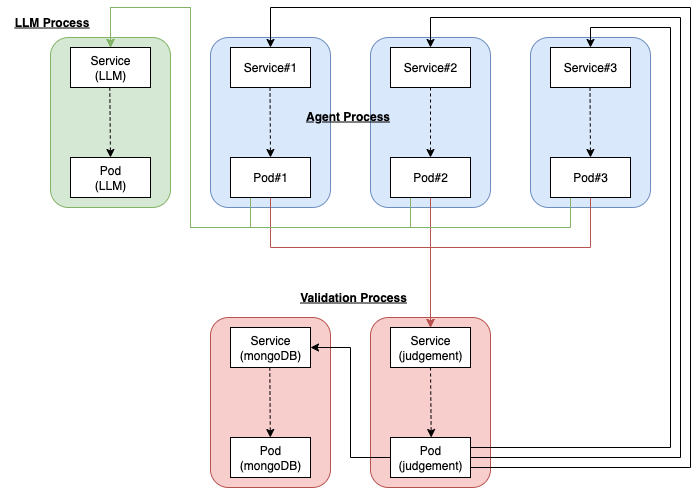
Earlier version of the draw.io export Kubernetes/wordChain.drawio.png (developer-onizuka/Diagrams). Source tidied: cells renumbered, new cells last; positions are measured from the earlier drawing's top-left corner, leaving out a move shared by most shapes.
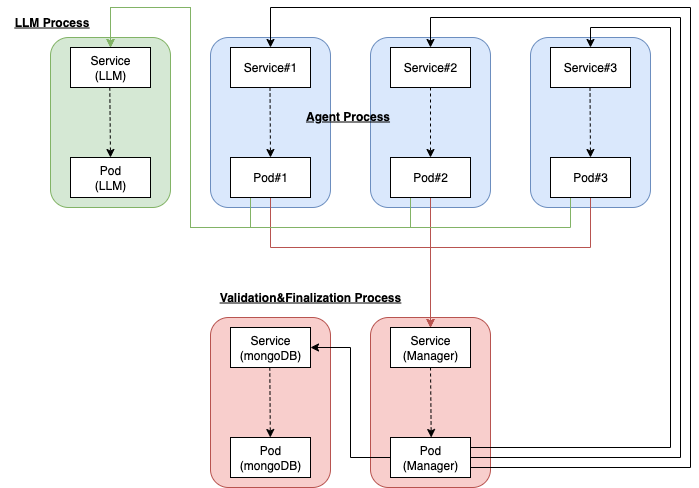
Above is the later version.

Commit message:
wordChain.drawio.png を追加しました。

What changed in the source:
```diff
@@ -20,14 +20,14 @@
     <mxCell id="7" style="rounded=1;whiteSpace=wrap;html=1;fillColor=#dae8fc;strokeColor=#6c8ebf;" parent="1" vertex="1">
       <mxGeometry x="210" y="31" width="120" height="170" as="geometry" />
     </mxCell>
-    <mxCell id="8" style="edgeStyle=orthogonalEdgeStyle;rounded=0;jettySize=auto;html=1;exitX=0.5;exitY=1;exitDx=0;exitDy=0;entryX=0.5;entryY=0;entryDx=0;entryDy=0;fillColor=#f8cecc;strokeColor=#b85450;" parent="1" edge="1" source="10" target="23">
-      <mxGeometry relative="1" as="geometry">
-        <Array as="points">
-          <mxPoint x="270" y="241" />
-          <mxPoint x="430" y="241" />
-        </Array>
-      </mxGeometry>
-    </mxCell>
+    <mxCell id="40" style="edgeStyle=orthogonalEdgeStyle;rounded=0;jettySize=auto;html=1;exitX=0.5;exitY=1;exitDx=0;exitDy=0;entryX=0.5;entryY=0;entryDx=0;entryDy=0;fillColor=#f8cecc;strokeColor=#b85450;" parent="1" edge="1" source="10" target="45">
+      <mxGeometry relative="1" as="geometry">
+        <Array as="points">
+          <mxPoint x="270" y="241" />
+          <mxPoint x="430" y="241" />
+        </Array>
+      </mxGeometry>
+    </mxCell>
     <mxCell id="9" style="edgeStyle=orthogonalEdgeStyle;rounded=0;jettySize=auto;html=1;exitX=0.25;exitY=1;exitDx=0;exitDy=0;entryX=0.5;entryY=0;entryDx=0;entryDy=0;fillColor=#d5e8d4;strokeColor=#82b366;" parent="1" edge="1" source="10" target="32">
       <mxGeometry relative="1" as="geometry">
         <Array as="points">
@@ -41,9 +41,9 @@
     <mxCell id="10" value="Pod#1" style="rounded=0;whiteSpace=wrap;html=1;" parent="1" vertex="1">
       <mxGeometry x="230" y="151" width="80" height="40" as="geometry" />
     </mxCell>
-    <mxCell id="11" style="edgeStyle=orthogonalEdgeStyle;rounded=0;jettySize=auto;html=1;exitX=0.5;exitY=1;exitDx=0;exitDy=0;entryX=0.5;entryY=0;entryDx=0;entryDy=0;fillColor=#f8cecc;strokeColor=#b85450;" parent="1" edge="1" source="13" target="23">
-      <mxGeometry relative="1" as="geometry" />
-    </mxCell>
+    <mxCell id="41" style="edgeStyle=orthogonalEdgeStyle;rounded=0;jettySize=auto;html=1;exitX=0.5;exitY=1;exitDx=0;exitDy=0;entryX=0.5;entryY=0;entryDx=0;entryDy=0;fillColor=#f8cecc;strokeColor=#b85450;" parent="1" edge="1" source="13" target="45">
+      <mxGeometry relative="1" as="geometry" />
+    </mxCell>
     <mxCell id="12" style="edgeStyle=orthogonalEdgeStyle;rounded=0;jettySize=auto;html=1;exitX=0.25;exitY=1;exitDx=0;exitDy=0;entryX=0.5;entryY=0;entryDx=0;entryDy=0;fillColor=#d5e8d4;strokeColor=#82b366;" parent="1" edge="1" source="13" target="32">
       <mxGeometry relative="1" as="geometry">
         <Array as="points">
@@ -57,14 +57,14 @@
     <mxCell id="13" value="Pod#2" style="rounded=0;whiteSpace=wrap;html=1;" parent="1" vertex="1">
       <mxGeometry x="390" y="151" width="80" height="40" as="geometry" />
     </mxCell>
-    <mxCell id="14" style="edgeStyle=orthogonalEdgeStyle;rounded=0;jettySize=auto;html=1;exitX=0.5;exitY=1;exitDx=0;exitDy=0;entryX=0.5;entryY=0;entryDx=0;entryDy=0;fillColor=#f8cecc;strokeColor=#b85450;" parent="1" edge="1" source="16" target="23">
-      <mxGeometry relative="1" as="geometry">
-        <Array as="points">
-          <mxPoint x="590" y="241" />
-          <mxPoint x="430" y="241" />
-        </Array>
-      </mxGeometry>
-    </mxCell>
+    <mxCell id="42" style="edgeStyle=orthogonalEdgeStyle;rounded=0;jettySize=auto;html=1;exitX=0.5;exitY=1;exitDx=0;exitDy=0;entryX=0.5;entryY=0;entryDx=0;entryDy=0;fillColor=#f8cecc;strokeColor=#b85450;" parent="1" edge="1" source="16" target="45">
+      <mxGeometry relative="1" as="geometry">
+        <Array as="points">
+          <mxPoint x="590" y="241" />
+          <mxPoint x="430" y="241" />
+        </Array>
+      </mxGeometry>
+    </mxCell>
     <mxCell id="15" style="edgeStyle=orthogonalEdgeStyle;rounded=0;jettySize=auto;html=1;exitX=0.25;exitY=1;exitDx=0;exitDy=0;entryX=0.5;entryY=0;entryDx=0;entryDy=0;fillColor=#d5e8d4;strokeColor=#82b366;" parent="1" edge="1" source="16" target="32">
       <mxGeometry relative="1" as="geometry">
         <Array as="points">
@@ -90,21 +90,21 @@
     <mxCell id="20" style="endArrow=classic;html=1;rounded=0;exitX=0.5;exitY=1;exitDx=0;exitDy=0;entryX=0.5;entryY=0;entryDx=0;entryDy=0;dashed=1;" parent="1" edge="1" source="18" target="13">
       <mxGeometry relative="1" as="geometry" />
     </mxCell>
-    <mxCell id="21" style="endArrow=classic;html=1;rounded=0;exitX=0.5;exitY=1;exitDx=0;exitDy=0;dashed=1;" parent="1" edge="1">
-      <mxGeometry relative="1" as="geometry">
-        <mxPoint x="589.5" y="81" as="sourcePoint" />
-        <mxPoint x="590" y="151" as="targetPoint" />
-      </mxGeometry>
-    </mxCell>
-    <mxCell id="22" style="endArrow=classic;html=1;rounded=0;exitX=0.5;exitY=1;exitDx=0;exitDy=0;dashed=1;" parent="1" edge="1">
-      <mxGeometry relative="1" as="geometry">
-        <mxPoint x="269.5" y="81" as="sourcePoint" />
-        <mxPoint x="270" y="151" as="targetPoint" />
-      </mxGeometry>
-    </mxCell>
-    <mxCell id="23" value="Service&lt;div&gt;(judgement)&lt;/div&gt;" style="rounded=0;whiteSpace=wrap;html=1;" parent="1" vertex="1">
-      <mxGeometry x="390" y="321" width="80" height="40" as="geometry" />
-    </mxCell>
+    <mxCell id="43" style="endArrow=classic;html=1;rounded=0;exitX=0.5;exitY=1;exitDx=0;exitDy=0;dashed=1;" parent="1" edge="1">
+      <mxGeometry relative="1" as="geometry">
+        <mxPoint x="589.5" y="81" as="sourcePoint" />
+        <mxPoint x="590" y="151" as="targetPoint" />
+      </mxGeometry>
+    </mxCell>
+    <mxCell id="44" style="endArrow=classic;html=1;rounded=0;exitX=0.5;exitY=1;exitDx=0;exitDy=0;dashed=1;" parent="1" edge="1">
+      <mxGeometry relative="1" as="geometry">
+        <mxPoint x="269.5" y="81" as="sourcePoint" />
+        <mxPoint x="270" y="151" as="targetPoint" />
+      </mxGeometry>
+    </mxCell>
+    <mxCell id="45" value="Service&lt;div&gt;(Manager)&lt;/div&gt;" style="rounded=0;whiteSpace=wrap;html=1;" parent="1" vertex="1">
+      <mxGeometry x="390" y="321" width="80" height="40" as="geometry" />
+    </mxCell>
     <mxCell id="24" style="edgeStyle=orthogonalEdgeStyle;rounded=0;jettySize=auto;html=1;exitX=1;exitY=0.25;exitDx=0;exitDy=0;entryX=0.5;entryY=0;entryDx=0;entryDy=0;" parent="1" edge="1" source="26" target="19">
       <mxGeometry relative="1" as="geometry">
         <Array as="points">
@@ -126,55 +126,55 @@
     <mxCell id="26" value="Pod&lt;div&gt;(LLM)&lt;/div&gt;" style="rounded=0;whiteSpace=wrap;html=1;" parent="1" vertex="1">
       <mxGeometry x="390" y="431" width="80" height="40" as="geometry" />
     </mxCell>
-    <mxCell id="27" style="edgeStyle=orthogonalEdgeStyle;rounded=0;jettySize=auto;html=1;exitX=1;exitY=0.5;exitDx=0;exitDy=0;" parent="1" edge="1" source="30" target="18">
-      <mxGeometry relative="1" as="geometry">
-        <Array as="points">
-          <mxPoint x="680" y="451" />
-          <mxPoint x="680" y="11" />
-          <mxPoint x="430" y="11" />
-        </Array>
-      </mxGeometry>
-    </mxCell>
+    <mxCell id="46" style="edgeStyle=orthogonalEdgeStyle;rounded=0;jettySize=auto;html=1;exitX=1;exitY=0.5;exitDx=0;exitDy=0;" parent="1" edge="1" source="48" target="18">
+      <mxGeometry relative="1" as="geometry">
+        <Array as="points">
+          <mxPoint x="680" y="451" />
+          <mxPoint x="680" y="11" />
+          <mxPoint x="430" y="11" />
+        </Array>
+      </mxGeometry>
+    </mxCell>
     <mxCell id="28" value="Service&lt;div&gt;(mongoDB)&lt;/div&gt;" style="rounded=0;whiteSpace=wrap;html=1;" parent="1" vertex="1">
       <mxGeometry x="230" y="321" width="80" height="40" as="geometry" />
     </mxCell>
-    <mxCell id="29" style="edgeStyle=orthogonalEdgeStyle;rounded=0;jettySize=auto;html=1;exitX=0;exitY=0.5;exitDx=0;exitDy=0;entryX=1;entryY=0.5;entryDx=0;entryDy=0;" parent="1" edge="1" source="30" target="28">
-      <mxGeometry relative="1" as="geometry" />
-    </mxCell>
-    <mxCell id="30" value="Pod&lt;div&gt;(judgement)&lt;/div&gt;" style="rounded=0;whiteSpace=wrap;html=1;" parent="1" vertex="1">
-      <mxGeometry x="390" y="431" width="80" height="40" as="geometry" />
-    </mxCell>
+    <mxCell id="47" style="edgeStyle=orthogonalEdgeStyle;rounded=0;jettySize=auto;html=1;exitX=0;exitY=0.5;exitDx=0;exitDy=0;entryX=1;entryY=0.5;entryDx=0;entryDy=0;" parent="1" edge="1" source="48" target="28">
+      <mxGeometry relative="1" as="geometry" />
+    </mxCell>
+    <mxCell id="48" value="Pod&lt;div&gt;(Manager)&lt;/div&gt;" style="rounded=0;whiteSpace=wrap;html=1;" parent="1" vertex="1">
+      <mxGeometry x="390" y="431" width="80" height="40" as="geometry" />
+    </mxCell>
     <mxCell id="31" value="Pod&lt;div&gt;(mongoDB)&lt;/div&gt;" style="rounded=0;whiteSpace=wrap;html=1;" parent="1" vertex="1">
       <mxGeometry x="230" y="431" width="80" height="40" as="geometry" />
     </mxCell>
     <mxCell id="32" value="Service&lt;div&gt;(LLM)&lt;/div&gt;" style="rounded=0;whiteSpace=wrap;html=1;" parent="1" vertex="1">
       <mxGeometry x="70" y="41" width="80" height="40" as="geometry" />
     </mxCell>
-    <mxCell id="33" style="endArrow=classic;html=1;rounded=0;exitX=0.5;exitY=1;exitDx=0;exitDy=0;entryX=0.5;entryY=0;entryDx=0;entryDy=0;dashed=1;" parent="1" edge="1" target="34">
-      <mxGeometry relative="1" as="geometry">
-        <mxPoint x="109.3" y="81" as="sourcePoint" />
-      </mxGeometry>
-    </mxCell>
+    <mxCell id="49" style="endArrow=classic;html=1;rounded=0;exitX=0.5;exitY=1;exitDx=0;exitDy=0;entryX=0.5;entryY=0;entryDx=0;entryDy=0;dashed=1;" parent="1" edge="1" target="34">
+      <mxGeometry relative="1" as="geometry">
+        <mxPoint x="109.3" y="81" as="sourcePoint" />
+      </mxGeometry>
+    </mxCell>
     <mxCell id="34" value="Pod&lt;div&gt;(LLM)&lt;/div&gt;" style="rounded=0;whiteSpace=wrap;html=1;" parent="1" vertex="1">
       <mxGeometry x="70" y="151" width="80" height="40" as="geometry" />
     </mxCell>
-    <mxCell id="35" style="endArrow=classic;html=1;rounded=0;exitX=0.5;exitY=1;exitDx=0;exitDy=0;dashed=1;" parent="1" edge="1" target="31">
-      <mxGeometry relative="1" as="geometry">
-        <mxPoint x="269.3" y="361" as="sourcePoint" />
-      </mxGeometry>
-    </mxCell>
-    <mxCell id="36" style="endArrow=classic;html=1;rounded=0;exitX=0.5;exitY=1;exitDx=0;exitDy=0;entryX=0.5;entryY=0;entryDx=0;entryDy=0;dashed=1;" parent="1" edge="1">
-      <mxGeometry relative="1" as="geometry">
-        <mxPoint x="430" y="361" as="sourcePoint" />
-        <mxPoint x="430.7" y="431" as="targetPoint" />
-      </mxGeometry>
-    </mxCell>
+    <mxCell id="50" style="endArrow=classic;html=1;rounded=0;exitX=0.5;exitY=1;exitDx=0;exitDy=0;dashed=1;" parent="1" edge="1" target="31">
+      <mxGeometry relative="1" as="geometry">
+        <mxPoint x="269.3" y="361" as="sourcePoint" />
+      </mxGeometry>
+    </mxCell>
+    <mxCell id="51" style="endArrow=classic;html=1;rounded=0;exitX=0.5;exitY=1;exitDx=0;exitDy=0;entryX=0.5;entryY=0;entryDx=0;entryDy=0;dashed=1;" parent="1" edge="1">
+      <mxGeometry relative="1" as="geometry">
+        <mxPoint x="430" y="361" as="sourcePoint" />
+        <mxPoint x="430.7" y="431" as="targetPoint" />
+      </mxGeometry>
+    </mxCell>
     <mxCell id="37" value="Agent Process" style="text;html=1;align=center;verticalAlign=middle;whiteSpace=wrap;rounded=0;fontStyle=5;" parent="1" vertex="1">
       <mxGeometry x="296" y="94" width="103" height="31" as="geometry" />
     </mxCell>
-    <mxCell id="38" value="Validation Process" style="text;html=1;align=center;verticalAlign=middle;whiteSpace=wrap;rounded=0;fontStyle=5;" parent="1" vertex="1">
-      <mxGeometry x="293" y="275" width="120" height="31" as="geometry" />
-    </mxCell>
+    <mxCell id="52" value="Validation&amp;amp;Finalization Process" style="text;html=1;align=center;verticalAlign=middle;whiteSpace=wrap;rounded=0;fontStyle=5;" parent="1" vertex="1">
+      <mxGeometry x="207" y="275" width="206" height="31" as="geometry" />
+    </mxCell>
     <mxCell id="39" value="LLM Process" style="text;html=1;align=center;verticalAlign=middle;whiteSpace=wrap;rounded=0;fontStyle=5;" parent="1" vertex="1">
       <mxGeometry width="103" height="31" as="geometry" />
     </mxCell>
```
